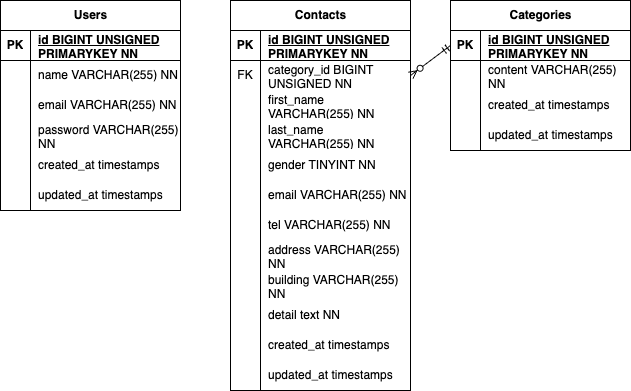
The draw.io diagram .drawio.png in YumiOotake/contact2-form, before a commit. Source tidied: cells renumbered, new cells last; positions are measured from the earlier drawing's top-left corner, leaving out a move shared by most shapes.
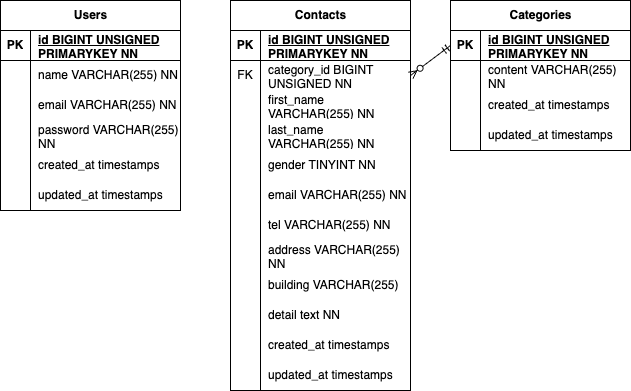
After the commit.

The edit, as a diff of the source:
```diff
@@ -83,7 +83,7 @@
     <mxCell id="28" style="shape=partialRectangle;fillColor=none;top=0;left=0;bottom=0;right=0;overflow=hidden;whiteSpace=wrap;html=1;" parent="27" vertex="1">
       <mxGeometry width="30" height="30" as="geometry" />
     </mxCell>
-    <mxCell id="29" value="&lt;span style=&quot;color: rgb(0, 0, 0);&quot;&gt;building VARCHAR(255) NN&amp;nbsp;&lt;/span&gt;" style="shape=partialRectangle;fillColor=none;top=0;left=0;bottom=0;right=0;align=left;spacingLeft=6;overflow=hidden;whiteSpace=wrap;html=1;" parent="27" vertex="1">
+    <mxCell id="29" value="&lt;span style=&quot;color: rgb(0, 0, 0);&quot;&gt;building VARCHAR(255)&amp;nbsp;&lt;/span&gt;" style="shape=partialRectangle;fillColor=none;top=0;left=0;bottom=0;right=0;align=left;spacingLeft=6;overflow=hidden;whiteSpace=wrap;html=1;" parent="27" vertex="1">
       <mxGeometry x="30" width="150" height="30" as="geometry" />
     </mxCell>
     <mxCell id="30" style="shape=tableRow;horizontal=0;startSize=0;swimlaneHead=0;swimlaneBody=0;fillColor=none;top=0;left=0;right=0;bottom=0;" parent="2" vertex="1">
```
